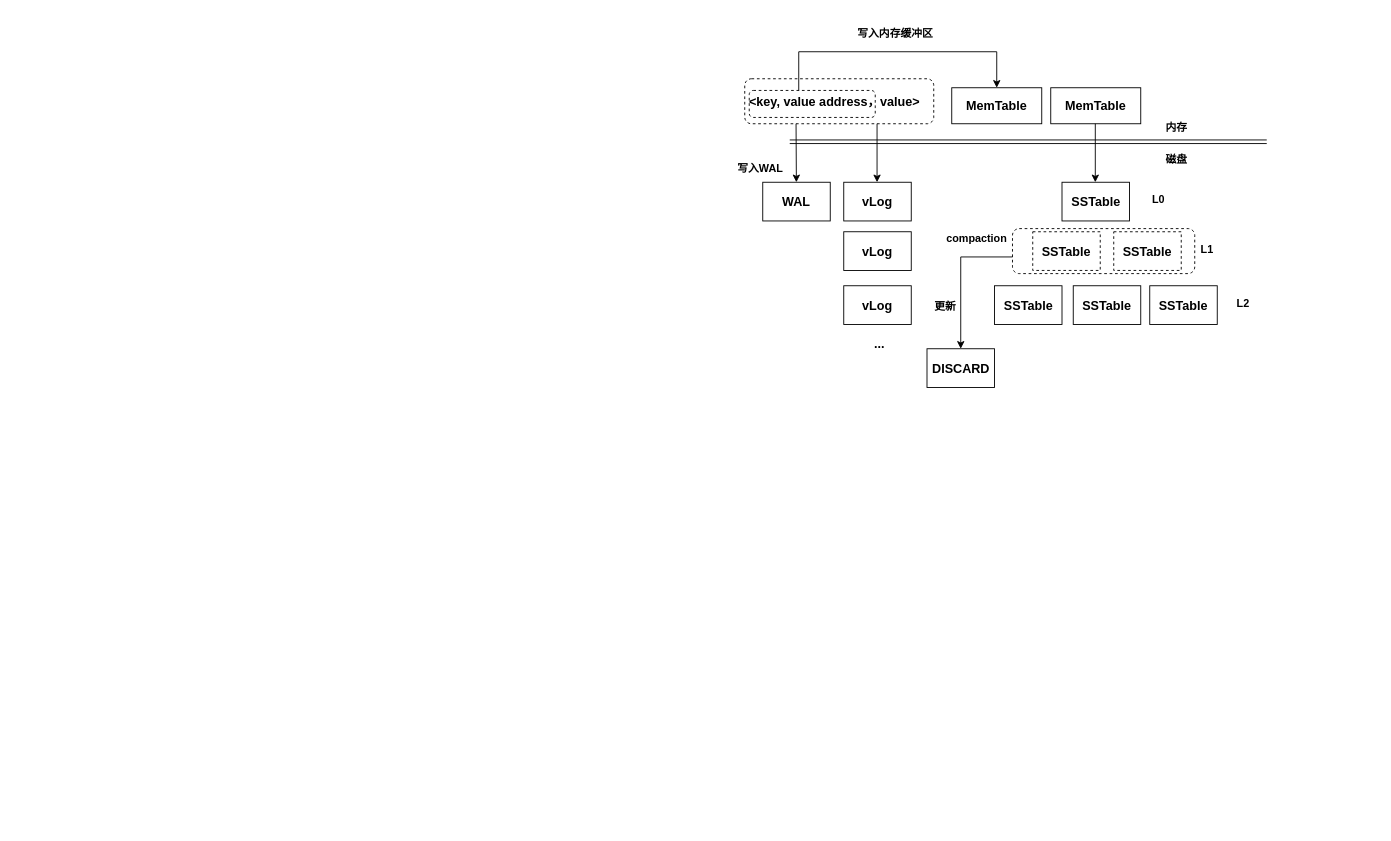
Earlier version of the draw.io diagram page "第 4 页" (4 of 6) of RabbitKV.drawio (yeqiyi/drawIO). Source tidied: cells renumbered, new cells numbered last; positions are measured from the earlier drawing's top-left corner, leaving out a move shared by most shapes. Both pictures are drawn from the tidied source at 90%, with x=0, y=0 at pixel (717, 15).
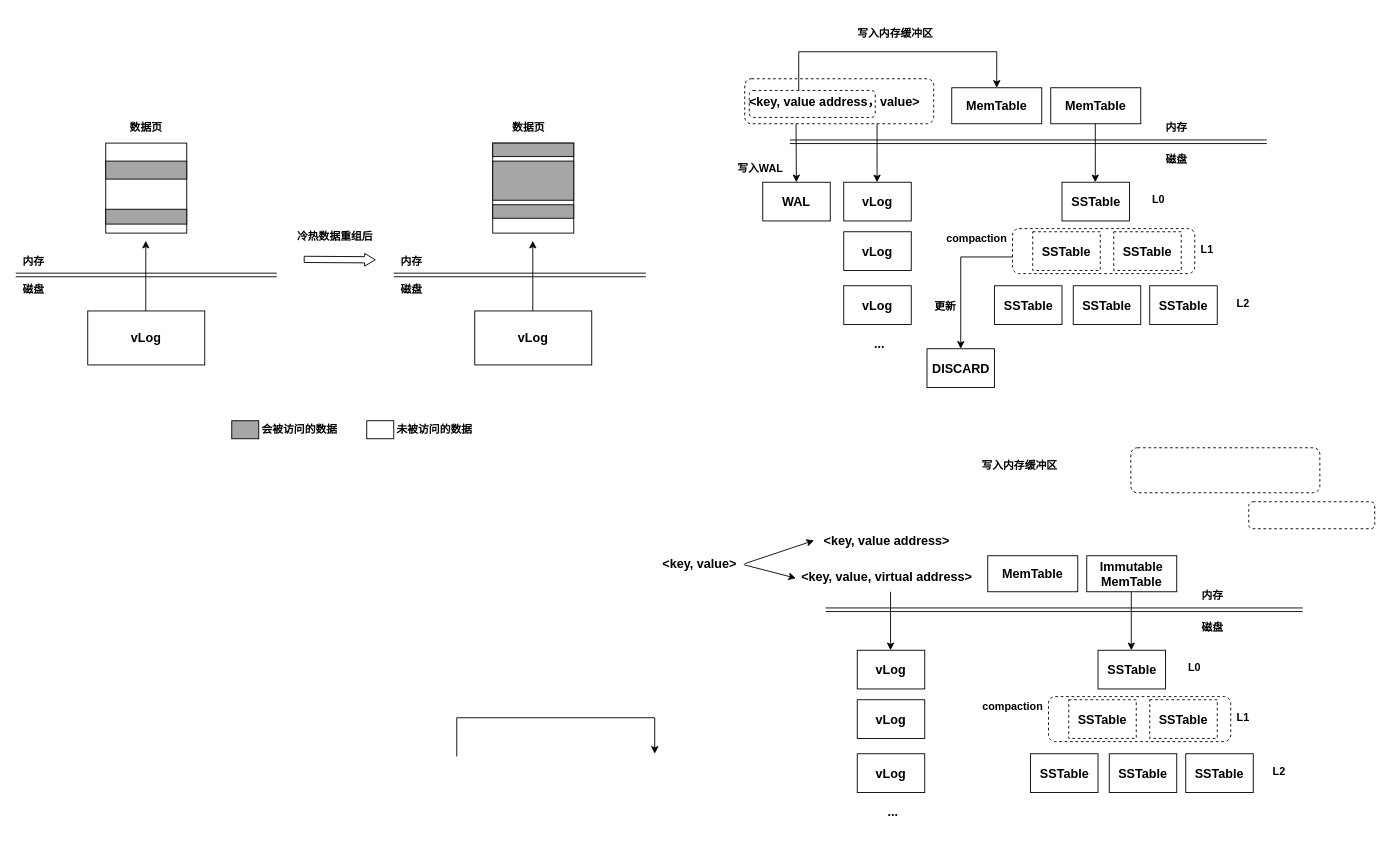
The same diagram, later.

Change to the diagram source:
```diff
@@
+    <mxCell id="35" value="&lt;b&gt;&lt;font style=&quot;font-size: 14px;&quot;&gt;vLog&lt;/font&gt;&lt;/b&gt;" style="rounded=0;whiteSpace=wrap;html=1;" parent="1" vertex="1">
+      <mxGeometry x="-700" y="328" width="130" height="60" as="geometry" />
+    </mxCell>
+    <mxCell id="36" style="endArrow=classic;html=1;rounded=0;" parent="1" edge="1">
+      <mxGeometry relative="1" as="geometry">
+        <mxPoint x="-635.5" y="328" as="sourcePoint" />
+        <mxPoint x="-635.5" y="250" as="targetPoint" />
+      </mxGeometry>
+    </mxCell>
+    <mxCell id="37" style="shape=link;html=1;rounded=0;" parent="1" edge="1">
+      <mxGeometry relative="1" as="geometry">
+        <mxPoint x="-780" y="288" as="sourcePoint" />
+        <mxPoint x="-490" y="288" as="targetPoint" />
+      </mxGeometry>
+    </mxCell>
+    <mxCell id="38" value="磁盘" style="text;html=1;strokeColor=none;fillColor=none;align=center;verticalAlign=middle;whiteSpace=wrap;rounded=0;fontStyle=1;" parent="1" vertex="1">
+      <mxGeometry x="-780" y="285" width="40" height="40" as="geometry" />
+    </mxCell>
+    <mxCell id="39" value="内存" style="text;html=1;strokeColor=none;fillColor=none;align=center;verticalAlign=middle;whiteSpace=wrap;rounded=0;fontStyle=1;" parent="1" vertex="1">
+      <mxGeometry x="-780" y="253" width="40" height="40" as="geometry" />
+    </mxCell>
+    <mxCell id="40" style="rounded=0;whiteSpace=wrap;html=1;" parent="1" vertex="1">
+      <mxGeometry x="-680" y="141.5" width="90" height="100" as="geometry" />
+    </mxCell>
+    <mxCell id="41" style="rounded=0;whiteSpace=wrap;html=1;fillStyle=auto;fillColor=#A6A6A6;" parent="1" vertex="1">
+      <mxGeometry x="-680" y="161.5" width="90" height="20" as="geometry" />
+    </mxCell>
+    <mxCell id="42" style="rounded=0;whiteSpace=wrap;html=1;fillColor=#A6A6A6;" parent="1" vertex="1">
+      <mxGeometry x="-680" y="215" width="90" height="16.5" as="geometry" />
+    </mxCell>
+    <mxCell id="43" style="shape=flexArrow;endArrow=classic;html=1;rounded=0;width=6.8965517241379315;endSize=3.627586206896552;endWidth=6.278240190249702;" parent="1" edge="1">
+      <mxGeometry relative="1" as="geometry">
+        <mxPoint x="-460" y="270.7" as="sourcePoint" />
+        <mxPoint x="-380" y="271.2" as="targetPoint" />
+      </mxGeometry>
+    </mxCell>
+    <mxCell id="44" value="&lt;b&gt;&lt;font style=&quot;font-size: 14px;&quot;&gt;vLog&lt;/font&gt;&lt;/b&gt;" style="rounded=0;whiteSpace=wrap;html=1;" parent="1" vertex="1">
+      <mxGeometry x="-270" y="328" width="130" height="60" as="geometry" />
+    </mxCell>
+    <mxCell id="45" style="endArrow=classic;html=1;rounded=0;" parent="1" edge="1">
+      <mxGeometry relative="1" as="geometry">
+        <mxPoint x="-205.5" y="328" as="sourcePoint" />
+        <mxPoint x="-205.5" y="250" as="targetPoint" />
+      </mxGeometry>
+    </mxCell>
+    <mxCell id="46" style="shape=link;html=1;rounded=0;" parent="1" edge="1">
+      <mxGeometry relative="1" as="geometry">
+        <mxPoint x="-360" y="288" as="sourcePoint" />
+        <mxPoint x="-80" y="288" as="targetPoint" />
+      </mxGeometry>
+    </mxCell>
+    <mxCell id="47" value="磁盘" style="text;html=1;strokeColor=none;fillColor=none;align=center;verticalAlign=middle;whiteSpace=wrap;rounded=0;fontStyle=1;" parent="1" vertex="1">
+      <mxGeometry x="-360" y="285" width="40" height="40" as="geometry" />
+    </mxCell>
+    <mxCell id="48" value="内存" style="text;html=1;strokeColor=none;fillColor=none;align=center;verticalAlign=middle;whiteSpace=wrap;rounded=0;fontStyle=1;" parent="1" vertex="1">
+      <mxGeometry x="-360" y="253" width="40" height="40" as="geometry" />
+    </mxCell>
+    <mxCell id="49" style="rounded=0;whiteSpace=wrap;html=1;" parent="1" vertex="1">
+      <mxGeometry x="-250" y="141.5" width="90" height="100" as="geometry" />
+    </mxCell>
+    <mxCell id="50" style="rounded=0;whiteSpace=wrap;html=1;fillStyle=auto;fillColor=#A6A6A6;" parent="1" vertex="1">
+      <mxGeometry x="-250" y="161.5" width="90" height="43.5" as="geometry" />
+    </mxCell>
+    <mxCell id="51" style="rounded=0;whiteSpace=wrap;html=1;fillColor=#A6A6A6;" parent="1" vertex="1">
+      <mxGeometry x="-250" y="210" width="90" height="15" as="geometry" />
+    </mxCell>
+    <mxCell id="52" style="rounded=0;whiteSpace=wrap;html=1;fillColor=#A6A6A6;" parent="1" vertex="1">
+      <mxGeometry x="-250" y="141.5" width="90" height="15" as="geometry" />
+    </mxCell>
+    <mxCell id="53" value="数据页" style="text;html=1;strokeColor=none;fillColor=none;align=center;verticalAlign=middle;whiteSpace=wrap;rounded=0;fontStyle=1;" parent="1" vertex="1">
+      <mxGeometry x="-655" y="105" width="40" height="40" as="geometry" />
+    </mxCell>
+    <mxCell id="54" value="数据页" style="text;html=1;strokeColor=none;fillColor=none;align=center;verticalAlign=middle;whiteSpace=wrap;rounded=0;fontStyle=1;" parent="1" vertex="1">
+      <mxGeometry x="-230" y="105" width="40" height="40" as="geometry" />
+    </mxCell>
+    <mxCell id="55" value="冷热数据重组后" style="text;html=1;strokeColor=none;fillColor=none;align=center;verticalAlign=middle;whiteSpace=wrap;rounded=0;fontStyle=1;" parent="1" vertex="1">
+      <mxGeometry x="-470" y="232.2" width="90" height="27" as="geometry" />
+    </mxCell>
+    <mxCell id="56" style="rounded=0;whiteSpace=wrap;html=1;fillStyle=auto;fillColor=#A6A6A6;" parent="1" vertex="1">
+      <mxGeometry x="-540" y="450" width="30" height="20" as="geometry" />
+    </mxCell>
+    <mxCell id="57" value="&lt;b&gt;会被访问的数据&lt;/b&gt;" style="text;html=1;align=center;verticalAlign=middle;strokeColor=none;fillColor=none;" parent="1" vertex="1">
+      <mxGeometry x="-520" y="445" width="110" height="30" as="geometry" />
+    </mxCell>
+    <mxCell id="58" style="rounded=0;whiteSpace=wrap;html=1;fillStyle=auto;" parent="1" vertex="1">
+      <mxGeometry x="-390" y="450" width="30" height="20" as="geometry" />
+    </mxCell>
+    <mxCell id="59" value="&lt;b&gt;未被访问的数据&lt;/b&gt;" style="text;html=1;align=center;verticalAlign=middle;strokeColor=none;fillColor=none;" parent="1" vertex="1">
+      <mxGeometry x="-370" y="445" width="110" height="30" as="geometry" />
+    </mxCell>
+    <mxCell id="60" value="&lt;b&gt;&lt;font style=&quot;font-size: 14px;&quot;&gt;MemTable&lt;/font&gt;&lt;/b&gt;" style="rounded=0;whiteSpace=wrap;html=1;" parent="1" vertex="1">
+      <mxGeometry x="300" y="600" width="100" height="40" as="geometry" />
+    </mxCell>
+    <mxCell id="61" value="&lt;b&gt;&lt;font style=&quot;font-size: 14px;&quot;&gt;Immutable MemTable&lt;/font&gt;&lt;/b&gt;" style="rounded=0;whiteSpace=wrap;html=1;" parent="1" vertex="1">
+      <mxGeometry x="410" y="600" width="100" height="40" as="geometry" />
+    </mxCell>
+    <mxCell id="62" value="&lt;span style=&quot;font-size: 14px;&quot;&gt;&lt;b&gt;&amp;lt;key, value, virtual address&amp;gt;&lt;/b&gt;&lt;/span&gt;" style="text;html=1;strokeColor=none;fillColor=none;align=center;verticalAlign=middle;whiteSpace=wrap;rounded=0;" parent="1" vertex="1">
+      <mxGeometry x="87.5" y="608.8" width="200" height="31.2" as="geometry" />
+    </mxCell>
+    <mxCell id="63" style="shape=link;html=1;rounded=0;" parent="1" edge="1">
+      <mxGeometry relative="1" as="geometry">
+        <mxPoint x="120" y="660" as="sourcePoint" />
+        <mxPoint x="650" y="660" as="targetPoint" />
+      </mxGeometry>
+    </mxCell>
+    <mxCell id="64" value="磁盘" style="text;html=1;strokeColor=none;fillColor=none;align=center;verticalAlign=middle;whiteSpace=wrap;rounded=0;fontStyle=1;" parent="1" vertex="1">
+      <mxGeometry x="530" y="660" width="40" height="40" as="geometry" />
+    </mxCell>
+    <mxCell id="65" value="内存" style="text;html=1;strokeColor=none;fillColor=none;align=center;verticalAlign=middle;whiteSpace=wrap;rounded=0;fontStyle=1;" parent="1" vertex="1">
+      <mxGeometry x="530" y="625" width="40" height="40" as="geometry" />
+    </mxCell>
+    <mxCell id="66" style="rounded=1;whiteSpace=wrap;html=1;fillColor=none;dashed=1;" parent="1" vertex="1">
+      <mxGeometry x="590" y="540" width="140" height="30" as="geometry" />
+    </mxCell>
+    <mxCell id="67" style="endArrow=classic;html=1;rounded=0;entryX=0.5;entryY=0;entryDx=0;entryDy=0;" parent="1" edge="1">
+      <mxGeometry relative="1" as="geometry">
+        <mxPoint x="-290" y="823" as="sourcePoint" />
+        <mxPoint x="-70" y="820" as="targetPoint" />
+        <Array as="points">
+          <mxPoint x="-290" y="780" />
+          <mxPoint x="-70" y="780" />
+        </Array>
+      </mxGeometry>
+    </mxCell>
+    <mxCell id="68" style="endArrow=classic;html=1;rounded=0;strokeWidth=1;" parent="1" edge="1">
+      <mxGeometry relative="1" as="geometry">
+        <mxPoint x="192" y="640" as="sourcePoint" />
+        <mxPoint x="192" y="705" as="targetPoint" />
+      </mxGeometry>
+    </mxCell>
+    <mxCell id="69" value="&lt;b&gt;&lt;font style=&quot;font-size: 14px;&quot;&gt;vLog&lt;/font&gt;&lt;/b&gt;" style="rounded=0;whiteSpace=wrap;html=1;" parent="1" vertex="1">
+      <mxGeometry x="155" y="705" width="75" height="43" as="geometry" />
+    </mxCell>
+    <mxCell id="70" style="rounded=1;whiteSpace=wrap;html=1;fillColor=none;dashed=1;" parent="1" vertex="1">
+      <mxGeometry x="459" y="480" width="210" height="50" as="geometry" />
+    </mxCell>
+    <mxCell id="71" value="&lt;b&gt;&lt;font style=&quot;font-size: 14px;&quot;&gt;vLog&lt;/font&gt;&lt;/b&gt;" style="rounded=0;whiteSpace=wrap;html=1;" parent="1" vertex="1">
+      <mxGeometry x="155" y="760" width="75" height="43" as="geometry" />
+    </mxCell>
+    <mxCell id="72" value="&lt;b&gt;&lt;font style=&quot;font-size: 14px;&quot;&gt;vLog&lt;/font&gt;&lt;/b&gt;" style="rounded=0;whiteSpace=wrap;html=1;" parent="1" vertex="1">
+      <mxGeometry x="155" y="820" width="75" height="43" as="geometry" />
+    </mxCell>
+    <mxCell id="73" value="&lt;b&gt;&lt;font style=&quot;font-size: 14px;&quot;&gt;...&lt;/font&gt;&lt;/b&gt;" style="text;html=1;strokeColor=none;fillColor=none;align=center;verticalAlign=middle;whiteSpace=wrap;rounded=0;" parent="1" vertex="1">
+      <mxGeometry x="165" y="870" width="60" height="30" as="geometry" />
+    </mxCell>
+    <mxCell id="74" style="endArrow=classic;html=1;rounded=0;strokeWidth=1;" parent="1" edge="1">
+      <mxGeometry relative="1" as="geometry">
+        <mxPoint x="459.5" y="640" as="sourcePoint" />
+        <mxPoint x="459.5" y="705" as="targetPoint" />
+      </mxGeometry>
+    </mxCell>
+    <mxCell id="75" value="&lt;b&gt;&lt;font style=&quot;font-size: 14px;&quot;&gt;SSTable&lt;/font&gt;&lt;/b&gt;" style="rounded=0;whiteSpace=wrap;html=1;" parent="1" vertex="1">
+      <mxGeometry x="422.5" y="705" width="75" height="43" as="geometry" />
+    </mxCell>
+    <mxCell id="76" value="&lt;b&gt;&lt;font style=&quot;font-size: 14px;&quot;&gt;SSTable&lt;/font&gt;&lt;/b&gt;" style="rounded=0;whiteSpace=wrap;html=1;dashed=1;" parent="1" vertex="1">
+      <mxGeometry x="390" y="760" width="75" height="43" as="geometry" />
+    </mxCell>
+    <mxCell id="77" value="&lt;b&gt;&lt;font style=&quot;font-size: 14px;&quot;&gt;SSTable&lt;/font&gt;&lt;/b&gt;" style="rounded=0;whiteSpace=wrap;html=1;dashed=1;" parent="1" vertex="1">
+      <mxGeometry x="480" y="760" width="75" height="43" as="geometry" />
+    </mxCell>
+    <mxCell id="78" value="&lt;b&gt;&lt;font style=&quot;font-size: 14px;&quot;&gt;SSTable&lt;/font&gt;&lt;/b&gt;" style="rounded=0;whiteSpace=wrap;html=1;" parent="1" vertex="1">
+      <mxGeometry x="347.5" y="820" width="75" height="43" as="geometry" />
+    </mxCell>
+    <mxCell id="79" value="&lt;b&gt;&lt;font style=&quot;font-size: 14px;&quot;&gt;SSTable&lt;/font&gt;&lt;/b&gt;" style="rounded=0;whiteSpace=wrap;html=1;" parent="1" vertex="1">
+      <mxGeometry x="435" y="820" width="75" height="43" as="geometry" />
+    </mxCell>
+    <mxCell id="80" value="&lt;b&gt;&lt;font style=&quot;font-size: 14px;&quot;&gt;SSTable&lt;/font&gt;&lt;/b&gt;" style="rounded=0;whiteSpace=wrap;html=1;" parent="1" vertex="1">
+      <mxGeometry x="520" y="820" width="75" height="43" as="geometry" />
+    </mxCell>
+    <mxCell id="81" value="L0" style="text;html=1;strokeColor=none;fillColor=none;align=center;verticalAlign=middle;whiteSpace=wrap;rounded=0;fontStyle=1;" parent="1" vertex="1">
+      <mxGeometry x="510" y="705" width="40" height="40" as="geometry" />
+    </mxCell>
+    <mxCell id="82" value="L1" style="text;html=1;strokeColor=none;fillColor=none;align=center;verticalAlign=middle;whiteSpace=wrap;rounded=0;fontStyle=1;" parent="1" vertex="1">
+      <mxGeometry x="564" y="760" width="40" height="40" as="geometry" />
+    </mxCell>
+    <mxCell id="83" value="L2" style="text;html=1;strokeColor=none;fillColor=none;align=center;verticalAlign=middle;whiteSpace=wrap;rounded=0;fontStyle=1;" parent="1" vertex="1">
+      <mxGeometry x="604" y="820" width="40" height="40" as="geometry" />
+    </mxCell>
+    <mxCell id="84" style="rounded=1;whiteSpace=wrap;html=1;fillColor=none;dashed=1;" parent="1" vertex="1">
+      <mxGeometry x="367.5" y="756.5" width="202.5" height="50" as="geometry" />
+    </mxCell>
+    <mxCell id="85" value="compaction" style="text;html=1;strokeColor=none;fillColor=none;align=center;verticalAlign=middle;whiteSpace=wrap;rounded=0;fontStyle=1;" parent="1" vertex="1">
+      <mxGeometry x="307.5" y="748" width="40" height="40" as="geometry" />
+    </mxCell>
+    <mxCell id="86" value="写入内存缓冲区" style="text;html=1;strokeColor=none;fillColor=none;align=center;verticalAlign=middle;whiteSpace=wrap;rounded=0;fontStyle=1;" parent="1" vertex="1">
+      <mxGeometry x="287.5" y="480" width="95" height="40" as="geometry" />
+    </mxCell>
+    <mxCell id="87" value="&lt;span style=&quot;font-size: 14px;&quot;&gt;&lt;b&gt;&amp;lt;key, value address&amp;gt;&lt;/b&gt;&lt;/span&gt;" style="text;html=1;strokeColor=none;fillColor=none;align=center;verticalAlign=middle;whiteSpace=wrap;rounded=0;" parent="1" vertex="1">
+      <mxGeometry x="87.5" y="568.8" width="200" height="31.2" as="geometry" />
+    </mxCell>
+    <mxCell id="88" value="&lt;span style=&quot;font-size: 14px;&quot;&gt;&lt;b&gt;&amp;lt;key, value&amp;gt;&lt;/b&gt;&lt;/span&gt;" style="text;html=1;strokeColor=none;fillColor=none;align=center;verticalAlign=middle;whiteSpace=wrap;rounded=0;" parent="1" vertex="1">
+      <mxGeometry x="-120" y="593.8" width="200" height="31.2" as="geometry" />
+    </mxCell>
+    <mxCell id="89" style="endArrow=classic;html=1;rounded=0;" parent="1" edge="1">
+      <mxGeometry relative="1" as="geometry">
+        <mxPoint x="30" y="608.8" as="sourcePoint" />
+        <mxPoint x="107" y="583" as="targetPoint" />
+      </mxGeometry>
+    </mxCell>
+    <mxCell id="90" style="endArrow=classic;html=1;rounded=0;" parent="1" edge="1">
+      <mxGeometry relative="1" as="geometry">
+        <mxPoint x="29" y="610" as="sourcePoint" />
+        <mxPoint x="87" y="625" as="targetPoint" />
+      </mxGeometry>
+    </mxCell>
```
